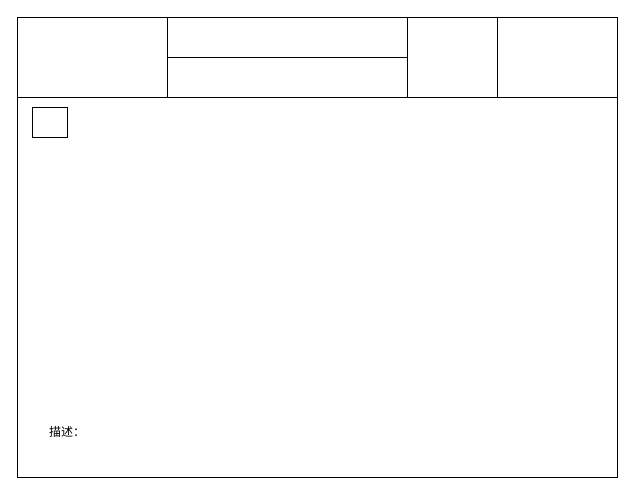
The draw.io diagram page "门面模式" (17 of 23) of 设计模式/设计模式.drawio in damaoguo/Architect, before the edit. Source tidied: cells renumbered, new cells numbered last; positions are measured from the earlier drawing's top-left corner, leaving out a move shared by most shapes. Both pictures are drawn from the tidied source at 100%, with x=0, y=0 at pixel (17, 17).
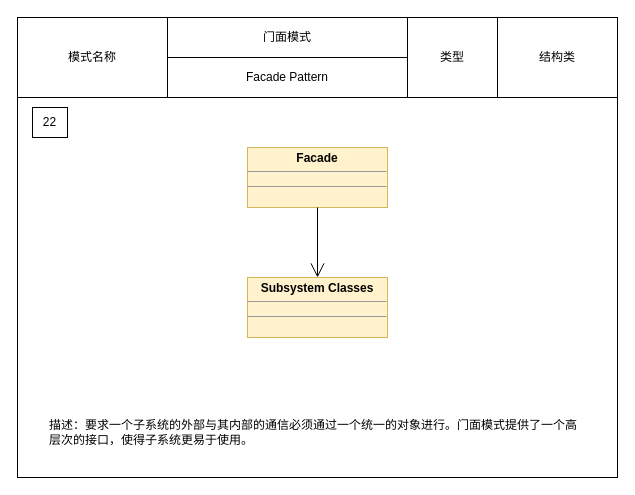
The same diagram, later.

Change to the diagram source:
```diff
@@
 <mxGraphModel>
   <root>
     <mxCell id="0" />
     <mxCell id="1" parent="0" />
     <mxCell id="2" style="group;" parent="1" vertex="1">
       <mxGeometry width="600" height="460" as="geometry" />
     </mxCell>
     <mxCell id="3" style="rounded=0;whiteSpace=wrap;html=1;" parent="2" vertex="1">
       <mxGeometry width="600" height="460" as="geometry" />
     </mxCell>
     <mxCell id="4" style="rounded=0;whiteSpace=wrap;html=1;" parent="2" vertex="1">
       <mxGeometry y="80" width="600" height="380" as="geometry" />
     </mxCell>
-    <mxCell id="5" style="rounded=0;whiteSpace=wrap;html=1;" parent="2" vertex="1">
+    <mxCell id="5" value="模式名称" style="rounded=0;whiteSpace=wrap;html=1;" parent="2" vertex="1">
       <mxGeometry width="150" height="80" as="geometry" />
     </mxCell>
-    <mxCell id="6" style="rounded=0;whiteSpace=wrap;html=1;" parent="2" vertex="1">
+    <mxCell id="6" value="门面模式" style="rounded=0;whiteSpace=wrap;html=1;" parent="2" vertex="1">
       <mxGeometry x="150" width="240" height="40" as="geometry" />
     </mxCell>
-    <mxCell id="7" style="rounded=0;whiteSpace=wrap;html=1;" parent="2" vertex="1">
+    <mxCell id="7" value="Facade Pattern" style="rounded=0;whiteSpace=wrap;html=1;" parent="2" vertex="1">
       <mxGeometry x="150" y="40" width="240" height="40" as="geometry" />
     </mxCell>
-    <mxCell id="8" style="rounded=0;whiteSpace=wrap;html=1;" parent="2" vertex="1">
+    <mxCell id="8" value="类型" style="rounded=0;whiteSpace=wrap;html=1;" parent="2" vertex="1">
       <mxGeometry x="390" width="90" height="80" as="geometry" />
     </mxCell>
-    <mxCell id="9" style="rounded=0;whiteSpace=wrap;html=1;" parent="2" vertex="1">
+    <mxCell id="9" value="22" style="rounded=0;whiteSpace=wrap;html=1;" parent="2" vertex="1">
       <mxGeometry x="15" y="90" width="35" height="30" as="geometry" />
     </mxCell>
-    <mxCell id="10" value="描述：" style="text;html=1;strokeColor=none;fillColor=none;align=left;verticalAlign=middle;whiteSpace=wrap;rounded=0;" parent="2" vertex="1">
+    <mxCell id="10" value="描述：要求一个子系统的外部与其内部的通信必须通过一个统一的对象进行。门面模式提供了一个高层次的接口，使得子系统更易于使用。" style="text;html=1;strokeColor=none;fillColor=none;align=left;verticalAlign=middle;whiteSpace=wrap;rounded=0;" parent="2" vertex="1">
       <mxGeometry x="30" y="400" width="540" height="30" as="geometry" />
     </mxCell>
+    <mxCell id="11" value="结构类" style="rounded=0;whiteSpace=wrap;html=1;" parent="2" vertex="1">
+      <mxGeometry x="480" width="120" height="80" as="geometry" />
+    </mxCell>
+    <mxCell id="12" value="&lt;p style=&quot;margin: 0px ; margin-top: 4px ; text-align: center&quot;&gt;&lt;b&gt;Facade&lt;/b&gt;&lt;/p&gt;&lt;hr size=&quot;1&quot;&gt;&lt;div style=&quot;height: 2px&quot;&gt;&lt;/div&gt;&lt;hr size=&quot;1&quot;&gt;&lt;div style=&quot;height: 2px&quot;&gt;&lt;/div&gt;" style="verticalAlign=top;align=left;overflow=fill;fontSize=12;fontFamily=Helvetica;html=1;fillColor=#fff2cc;strokeColor=#d6b656;" parent="2" vertex="1">
+      <mxGeometry x="230" y="130" width="140" height="60" as="geometry" />
+    </mxCell>
+    <mxCell id="13" value="&lt;p style=&quot;margin: 0px ; margin-top: 4px ; text-align: center&quot;&gt;&lt;b&gt;Subsystem Classes&lt;/b&gt;&lt;/p&gt;&lt;hr size=&quot;1&quot;&gt;&lt;div style=&quot;height: 2px&quot;&gt;&lt;/div&gt;&lt;hr size=&quot;1&quot;&gt;&lt;div style=&quot;height: 2px&quot;&gt;&lt;/div&gt;" style="verticalAlign=top;align=left;overflow=fill;fontSize=12;fontFamily=Helvetica;html=1;fillColor=#fff2cc;strokeColor=#d6b656;" parent="2" vertex="1">
+      <mxGeometry x="230" y="260" width="140" height="60" as="geometry" />
+    </mxCell>
+    <mxCell id="14" style="endArrow=open;endFill=1;endSize=12;html=1;rounded=0;edgeStyle=orthogonalEdgeStyle;exitX=0.5;exitY=1;exitDx=0;exitDy=0;" parent="2" edge="1" source="12" target="13">
+      <mxGeometry relative="1" as="geometry" />
+    </mxCell>
   </root>
 </mxGraphModel>
```
